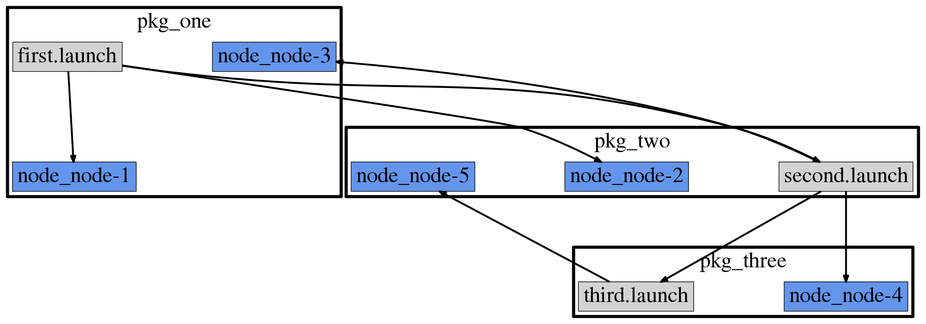
Earlier version of the Graphviz export examples/first.png (bponsler/roslaunch_to_dot). Its source is kept beside it as examples/first.dot. Source of this version:
```dot
digraph first_launch_graph {
    /**
      * This dot file was automatically generated on 2016-01-14 23:20:51.542741
      * By the command:
      *    ./roslaunch-to-dot.py --png /home/bponsler/sandbox/catkin_ws/src/pkg_one/launch/first.launch examples/first.dot
      *
      * This launch graph has the following properties:
      *    - it contains 3 ROS packages
      *    - it contains 3 ROS launch files
      *    - it contains 5 ROS nodes
     */
    graph [fontsize=35, ranksep=2, nodesep=2];
    node [fontsize=35];
    compound=true;

    subgraph cluster_0 {
        label="pkg_one";
        penwidth=5;  // Thicker borders on clusters

        "launch_first" [label="first.launch", shape=rectangle, style=filled, fillcolor="#d3d3d3"];

        "node_node-1" [shape=rectangle, style=filled, fillcolor="#6495ed"];
        "node_node-3" [shape=rectangle, style=filled, fillcolor="#6495ed"];
    }

    subgraph cluster_1 {
        label="pkg_two";
        penwidth=5;  // Thicker borders on clusters

        "launch_second" [label="second.launch", shape=rectangle, style=filled, fillcolor="#d3d3d3"];

        "node_node-2" [shape=rectangle, style=filled, fillcolor="#6495ed"];
        "node_node-5" [shape=rectangle, style=filled, fillcolor="#6495ed"];
    }

    subgraph cluster_2 {
        label="pkg_three";
        penwidth=5;  // Thicker borders on clusters

        "launch_third" [label="third.launch", shape=rectangle, style=filled, fillcolor="#d3d3d3"];

        "node_node-4" [shape=rectangle, style=filled, fillcolor="#6495ed"];
    }

    "launch_first" -> "launch_second" [penwidth=3, color=black];
    "launch_second" -> "launch_third" [penwidth=3, color=black];

    "launch_first" -> "node_node-1" [penwidth=3];
    "launch_second" -> "node_node-3" [penwidth=3];
    "launch_first" -> "node_node-2" [penwidth=3];
    "launch_third" -> "node_node-5" [penwidth=3];
    "launch_second" -> "node_node-4" [penwidth=3];
}
```
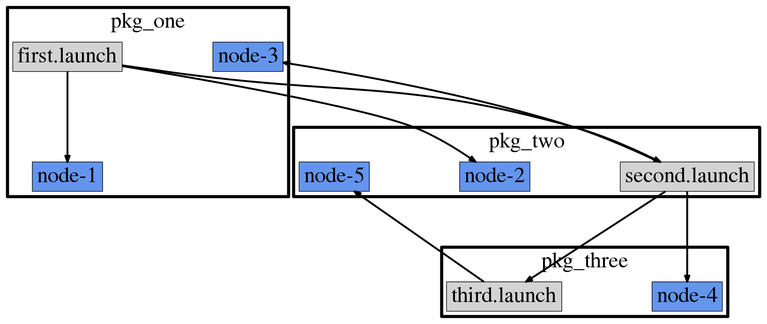
Above is the later version.

What changed in the source:
```diff
@@ -1,6 +1,6 @@
 digraph first_launch_graph {
     /**
-      * This dot file was automatically generated on 2016-01-14 23:20:51.542741
+      * This dot file was automatically generated on 2016-01-14 23:25:36.936852
       * By the command:
       *    ./roslaunch-to-dot.py --png /home/bponsler/sandbox/catkin_ws/src/pkg_one/launch/first.launch examples/first.dot
       *
@@ -19,8 +19,8 @@
 
         "launch_first" [label="first.launch", shape=rectangle, style=filled, fillcolor="#d3d3d3"];
 
-        "node_node-1" [shape=rectangle, style=filled, fillcolor="#6495ed"];
-        "node_node-3" [shape=rectangle, style=filled, fillcolor="#6495ed"];
+        "node_node-1" [label="node-1" shape=rectangle, style=filled, fillcolor="#6495ed"];
+        "node_node-3" [label="node-3" shape=rectangle, style=filled, fillcolor="#6495ed"];
     }
 
     subgraph cluster_1 {
@@ -29,8 +29,8 @@
 
         "launch_second" [label="second.launch", shape=rectangle, style=filled, fillcolor="#d3d3d3"];
 
-        "node_node-2" [shape=rectangle, style=filled, fillcolor="#6495ed"];
-        "node_node-5" [shape=rectangle, style=filled, fillcolor="#6495ed"];
+        "node_node-2" [label="node-2" shape=rectangle, style=filled, fillcolor="#6495ed"];
+        "node_node-5" [label="node-5" shape=rectangle, style=filled, fillcolor="#6495ed"];
     }
 
     subgraph cluster_2 {
@@ -39,7 +39,7 @@
 
         "launch_third" [label="third.launch", shape=rectangle, style=filled, fillcolor="#d3d3d3"];
 
-        "node_node-4" [shape=rectangle, style=filled, fillcolor="#6495ed"];
+        "node_node-4" [label="node-4" shape=rectangle, style=filled, fillcolor="#6495ed"];
     }
 
     "launch_first" -> "launch_second" [penwidth=3, color=black];
```
